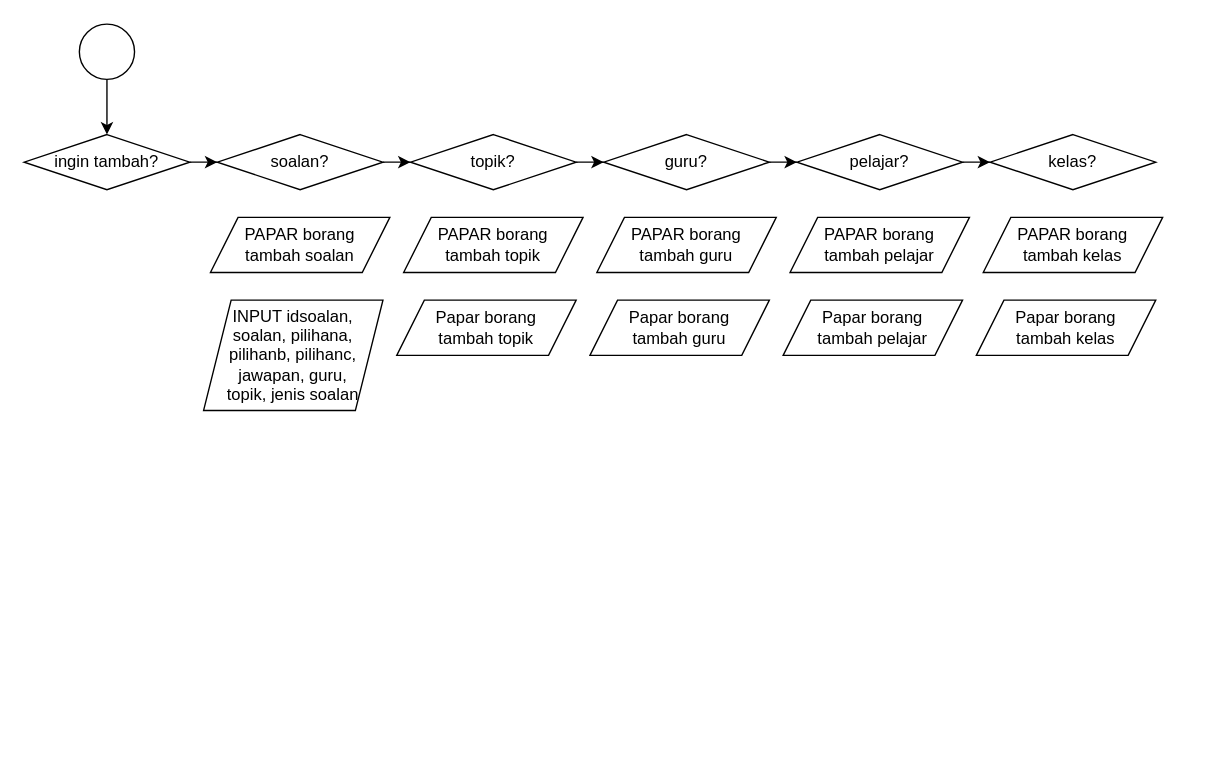
Earlier version of the draw.io diagram graphs/guru operations part 2.drawio (halouthere233/skkerjakursus2021private). Source tidied: cells renumbered, new cells numbered last; positions are measured from the earlier drawing's top-left corner, leaving out a move shared by most shapes. Both pictures are drawn from the tidied source at 138%, with x=0, y=0 at pixel (23, 23).
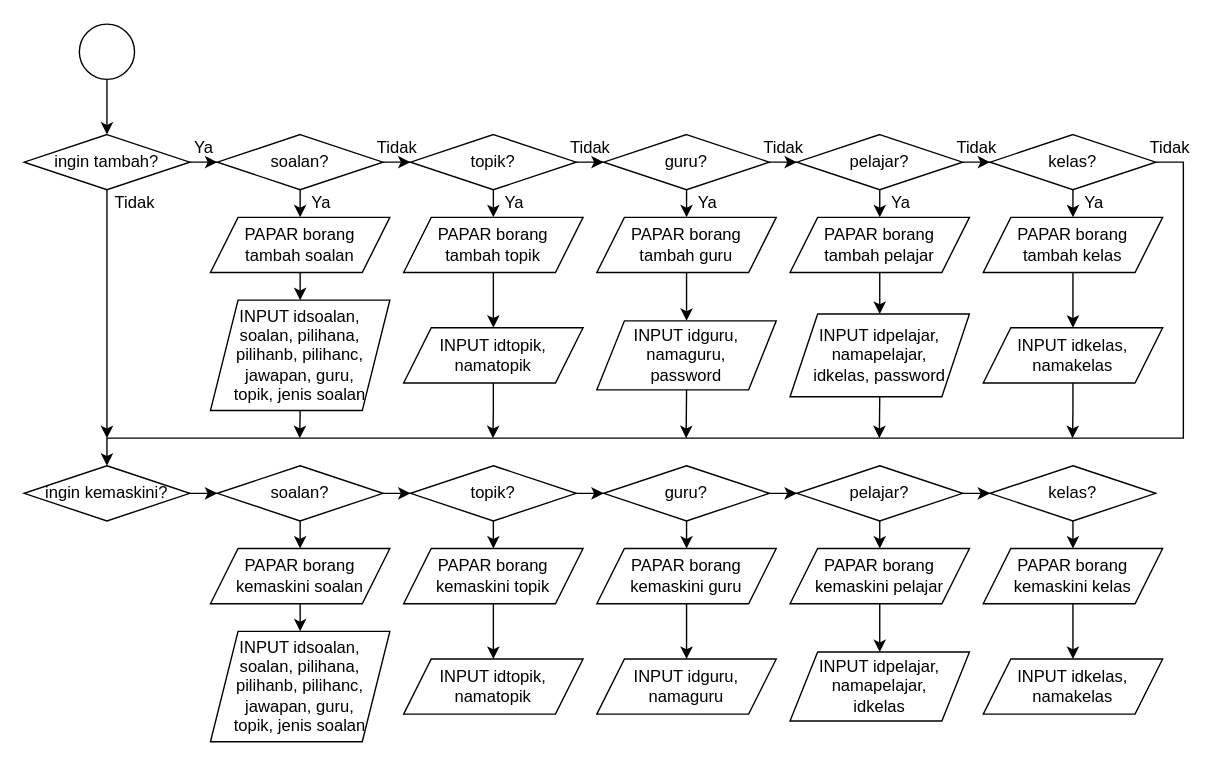
The same page after the edit.

The change refers to these unchanged cells:
```xml
<mxCell id="5" value="ingin tambah?" style="rhombus;whiteSpace=wrap;html=1;" parent="1" vertex="1">
  <mxGeometry y="80" width="120" height="40" as="geometry" />
</mxCell>
<mxCell id="7" value="soalan?" style="rhombus;whiteSpace=wrap;html=1;" parent="1" vertex="1">
  <mxGeometry x="140" y="80" width="120" height="40" as="geometry" />
</mxCell>
<mxCell id="9" value="topik?" style="rhombus;whiteSpace=wrap;html=1;" parent="1" vertex="1">
  <mxGeometry x="280" y="80" width="120" height="40" as="geometry" />
</mxCell>
<mxCell id="11" value="guru?" style="rhombus;whiteSpace=wrap;html=1;" parent="1" vertex="1">
  <mxGeometry x="420" y="80" width="120" height="40" as="geometry" />
</mxCell>
<mxCell id="13" value="pelajar?" style="rhombus;whiteSpace=wrap;html=1;" parent="1" vertex="1">
  <mxGeometry x="560" y="80" width="120" height="40" as="geometry" />
</mxCell>
<mxCell id="14" value="kelas?" style="rhombus;whiteSpace=wrap;html=1;" parent="1" vertex="1">
  <mxGeometry x="700" y="80" width="120" height="40" as="geometry" />
</mxCell>
<mxCell id="15" value="PAPAR borang&lt;br&gt;tambah soalan" style="shape=parallelogram;perimeter=parallelogramPerimeter;whiteSpace=wrap;html=1;fixedSize=1;" parent="1" vertex="1">
  <mxGeometry x="135" y="140" width="130" height="40" as="geometry" />
</mxCell>
<mxCell id="16" value="PAPAR&amp;nbsp;borang&lt;br&gt;tambah topik" style="shape=parallelogram;perimeter=parallelogramPerimeter;whiteSpace=wrap;html=1;fixedSize=1;" parent="1" vertex="1">
  <mxGeometry x="275" y="140" width="130" height="40" as="geometry" />
</mxCell>
<mxCell id="17" value="PAPAR&amp;nbsp;borang&lt;br&gt;tambah guru" style="shape=parallelogram;perimeter=parallelogramPerimeter;whiteSpace=wrap;html=1;fixedSize=1;" parent="1" vertex="1">
  <mxGeometry x="415" y="140" width="130" height="40" as="geometry" />
</mxCell>
<mxCell id="18" value="PAPAR&amp;nbsp;borang&lt;br&gt;tambah pelajar" style="shape=parallelogram;perimeter=parallelogramPerimeter;whiteSpace=wrap;html=1;fixedSize=1;" parent="1" vertex="1">
  <mxGeometry x="555" y="140" width="130" height="40" as="geometry" />
</mxCell>
<mxCell id="19" value="PAPAR&amp;nbsp;borang&lt;br&gt;tambah kelas" style="shape=parallelogram;perimeter=parallelogramPerimeter;whiteSpace=wrap;html=1;fixedSize=1;" parent="1" vertex="1">
  <mxGeometry x="695" y="140" width="130" height="40" as="geometry" />
</mxCell>
```

What changed in the source:
```diff
@@
+    <mxCell id="25" style="edgeStyle=orthogonalEdgeStyle;rounded=0;jettySize=auto;html=1;exitX=0.5;exitY=1;exitDx=0;exitDy=0;" parent="1" edge="1" source="5">
+      <mxGeometry relative="1" as="geometry">
+        <mxPoint x="60" y="300" as="targetPoint" />
+      </mxGeometry>
+    </mxCell>
@@
+    <mxCell id="26" style="edgeStyle=orthogonalEdgeStyle;rounded=0;jettySize=auto;html=1;exitX=0.5;exitY=1;exitDx=0;exitDy=0;entryX=0.5;entryY=0;entryDx=0;entryDy=0;" parent="1" edge="1" source="7" target="15">
+      <mxGeometry relative="1" as="geometry" />
+    </mxCell>
@@
+    <mxCell id="27" style="edgeStyle=orthogonalEdgeStyle;rounded=0;jettySize=auto;html=1;exitX=0.5;exitY=1;exitDx=0;exitDy=0;entryX=0.5;entryY=0;entryDx=0;entryDy=0;" parent="1" edge="1" source="9" target="16">
+      <mxGeometry relative="1" as="geometry" />
+    </mxCell>
@@
+    <mxCell id="28" style="edgeStyle=orthogonalEdgeStyle;rounded=0;jettySize=auto;html=1;exitX=0.5;exitY=1;exitDx=0;exitDy=0;entryX=0.5;entryY=0;entryDx=0;entryDy=0;" parent="1" edge="1" source="11" target="17">
+      <mxGeometry relative="1" as="geometry" />
+    </mxCell>
@@
+    <mxCell id="29" style="edgeStyle=orthogonalEdgeStyle;rounded=0;jettySize=auto;html=1;exitX=0.5;exitY=1;exitDx=0;exitDy=0;entryX=0.5;entryY=0;entryDx=0;entryDy=0;" parent="1" edge="1" source="13" target="18">
+      <mxGeometry relative="1" as="geometry" />
+    </mxCell>
@@
+    <mxCell id="30" style="edgeStyle=orthogonalEdgeStyle;rounded=0;jettySize=auto;html=1;exitX=0.5;exitY=1;exitDx=0;exitDy=0;entryX=0.5;entryY=0;entryDx=0;entryDy=0;" parent="1" edge="1" source="14" target="19">
+      <mxGeometry relative="1" as="geometry" />
+    </mxCell>
+    <mxCell id="31" style="edgeStyle=orthogonalEdgeStyle;rounded=0;jettySize=auto;html=1;exitX=1;exitY=0.5;exitDx=0;exitDy=0;entryX=0.5;entryY=0;entryDx=0;entryDy=0;" parent="1" edge="1" source="14" target="43">
+      <mxGeometry relative="1" as="geometry">
+        <Array as="points">
+          <mxPoint x="840" y="100" />
+          <mxPoint x="840" y="300" />
+          <mxPoint x="60" y="300" />
+        </Array>
+      </mxGeometry>
+    </mxCell>
@@
+    <mxCell id="32" style="edgeStyle=orthogonalEdgeStyle;rounded=0;jettySize=auto;html=1;exitX=0.5;exitY=1;exitDx=0;exitDy=0;entryX=0.5;entryY=0;entryDx=0;entryDy=0;" parent="1" edge="1" source="15" target="20">
+      <mxGeometry relative="1" as="geometry" />
+    </mxCell>
@@
+    <mxCell id="33" style="edgeStyle=orthogonalEdgeStyle;rounded=0;jettySize=auto;html=1;" parent="1" edge="1" source="16" target="21">
+      <mxGeometry relative="1" as="geometry" />
+    </mxCell>
@@
+    <mxCell id="34" style="edgeStyle=orthogonalEdgeStyle;rounded=0;jettySize=auto;html=1;" parent="1" edge="1" source="17" target="22">
+      <mxGeometry relative="1" as="geometry" />
+    </mxCell>
@@
+    <mxCell id="35" style="edgeStyle=orthogonalEdgeStyle;rounded=0;jettySize=auto;html=1;" parent="1" edge="1" source="18" target="23">
+      <mxGeometry relative="1" as="geometry" />
+    </mxCell>
@@
+    <mxCell id="36" style="edgeStyle=orthogonalEdgeStyle;rounded=0;jettySize=auto;html=1;" parent="1" edge="1" source="19" target="24">
+      <mxGeometry relative="1" as="geometry" />
+    </mxCell>
@@
+    <mxCell id="37" style="edgeStyle=orthogonalEdgeStyle;rounded=0;jettySize=auto;html=1;exitX=0.5;exitY=1;exitDx=0;exitDy=0;" parent="1" edge="1" source="20">
+      <mxGeometry relative="1" as="geometry">
+        <mxPoint x="199.7" y="300" as="targetPoint" />
+      </mxGeometry>
+    </mxCell>
     <mxCell id="20" value="INPUT idsoalan, soalan, pilihana, pilihanb, pilihanc, jawapan, guru,&lt;br&gt;topik, jenis soalan" style="shape=parallelogram;perimeter=parallelogramPerimeter;whiteSpace=wrap;html=1;fixedSize=1;" parent="1" vertex="1">
-      <mxGeometry x="130" y="200" width="130" height="80" as="geometry" />
+      <mxGeometry x="135" y="200" width="130" height="80" as="geometry" />
     </mxCell>
+    <mxCell id="38" style="edgeStyle=orthogonalEdgeStyle;rounded=0;jettySize=auto;html=1;exitX=0.5;exitY=1;exitDx=0;exitDy=0;" parent="1" edge="1" source="21">
+      <mxGeometry relative="1" as="geometry">
+        <mxPoint x="339.7" y="300" as="targetPoint" />
+      </mxGeometry>
+    </mxCell>
-    <mxCell id="21" value="Papar borang&lt;br&gt;tambah topik" style="shape=parallelogram;perimeter=parallelogramPerimeter;whiteSpace=wrap;html=1;fixedSize=1;" parent="1" vertex="1">
-      <mxGeometry x="270" y="200" width="130" height="40" as="geometry" />
+    <mxCell id="21" value="INPUT idtopik, namatopik" style="shape=parallelogram;perimeter=parallelogramPerimeter;whiteSpace=wrap;html=1;fixedSize=1;" parent="1" vertex="1">
+      <mxGeometry x="275" y="220" width="130" height="40" as="geometry" />
     </mxCell>
+    <mxCell id="39" style="edgeStyle=orthogonalEdgeStyle;rounded=0;jettySize=auto;html=1;exitX=0.5;exitY=1;exitDx=0;exitDy=0;" parent="1" edge="1" source="22">
+      <mxGeometry relative="1" as="geometry">
+        <mxPoint x="479.7" y="300" as="targetPoint" />
+      </mxGeometry>
+    </mxCell>
-    <mxCell id="22" value="Papar borang&lt;br&gt;tambah guru" style="shape=parallelogram;perimeter=parallelogramPerimeter;whiteSpace=wrap;html=1;fixedSize=1;" parent="1" vertex="1">
-      <mxGeometry x="410" y="200" width="130" height="40" as="geometry" />
+    <mxCell id="22" value="INPUT idguru, namaguru,&lt;br&gt;password" style="shape=parallelogram;perimeter=parallelogramPerimeter;whiteSpace=wrap;html=1;fixedSize=1;" parent="1" vertex="1">
+      <mxGeometry x="415" y="215" width="130" height="50" as="geometry" />
     </mxCell>
+    <mxCell id="40" style="edgeStyle=orthogonalEdgeStyle;rounded=0;jettySize=auto;html=1;exitX=0.5;exitY=1;exitDx=0;exitDy=0;" parent="1" edge="1" source="23">
+      <mxGeometry relative="1" as="geometry">
+        <mxPoint x="619.7" y="300" as="targetPoint" />
+      </mxGeometry>
+    </mxCell>
-    <mxCell id="23" value="Papar borang&lt;br&gt;tambah pelajar" style="shape=parallelogram;perimeter=parallelogramPerimeter;whiteSpace=wrap;html=1;fixedSize=1;" parent="1" vertex="1">
-      <mxGeometry x="550" y="200" width="130" height="40" as="geometry" />
+    <mxCell id="23" value="INPUT idpelajar, namapelajar,&lt;br&gt;idkelas, password" style="shape=parallelogram;perimeter=parallelogramPerimeter;whiteSpace=wrap;html=1;fixedSize=1;" parent="1" vertex="1">
+      <mxGeometry x="555" y="210" width="130" height="60" as="geometry" />
     </mxCell>
+    <mxCell id="41" style="edgeStyle=orthogonalEdgeStyle;rounded=0;jettySize=auto;html=1;exitX=0.5;exitY=1;exitDx=0;exitDy=0;" parent="1" edge="1" source="24">
+      <mxGeometry relative="1" as="geometry">
+        <mxPoint x="759.7" y="300" as="targetPoint" />
+      </mxGeometry>
+    </mxCell>
-    <mxCell id="24" value="Papar borang&lt;br&gt;tambah kelas" style="shape=parallelogram;perimeter=parallelogramPerimeter;whiteSpace=wrap;html=1;fixedSize=1;" parent="1" vertex="1">
-      <mxGeometry x="690" y="200" width="130" height="40" as="geometry" />
+    <mxCell id="24" value="INPUT idkelas,&lt;br&gt;namakelas" style="shape=parallelogram;perimeter=parallelogramPerimeter;whiteSpace=wrap;html=1;fixedSize=1;" parent="1" vertex="1">
+      <mxGeometry x="695" y="220" width="130" height="40" as="geometry" />
     </mxCell>
+    <mxCell id="42" style="edgeStyle=orthogonalEdgeStyle;rounded=0;jettySize=auto;html=1;" parent="1" edge="1" source="43" target="46">
+      <mxGeometry relative="1" as="geometry" />
+    </mxCell>
+    <mxCell id="43" value="ingin kemaskini?" style="rhombus;whiteSpace=wrap;html=1;" parent="1" vertex="1">
+      <mxGeometry y="320" width="120" height="40" as="geometry" />
+    </mxCell>
+    <mxCell id="44" style="edgeStyle=orthogonalEdgeStyle;rounded=0;jettySize=auto;html=1;" parent="1" edge="1" source="46" target="49">
+      <mxGeometry relative="1" as="geometry" />
+    </mxCell>
+    <mxCell id="45" style="edgeStyle=orthogonalEdgeStyle;rounded=0;jettySize=auto;html=1;exitX=0.5;exitY=1;exitDx=0;exitDy=0;entryX=0.5;entryY=0;entryDx=0;entryDy=0;" parent="1" edge="1" source="46" target="59">
+      <mxGeometry relative="1" as="geometry" />
+    </mxCell>
+    <mxCell id="46" value="soalan?" style="rhombus;whiteSpace=wrap;html=1;" parent="1" vertex="1">
+      <mxGeometry x="140" y="320" width="120" height="40" as="geometry" />
+    </mxCell>
+    <mxCell id="47" style="edgeStyle=orthogonalEdgeStyle;rounded=0;jettySize=auto;html=1;" parent="1" edge="1" source="49" target="52">
+      <mxGeometry relative="1" as="geometry" />
+    </mxCell>
+    <mxCell id="48" style="edgeStyle=orthogonalEdgeStyle;rounded=0;jettySize=auto;html=1;exitX=0.5;exitY=1;exitDx=0;exitDy=0;entryX=0.5;entryY=0;entryDx=0;entryDy=0;" parent="1" edge="1" source="49" target="61">
+      <mxGeometry relative="1" as="geometry" />
+    </mxCell>
+    <mxCell id="49" value="topik?" style="rhombus;whiteSpace=wrap;html=1;" parent="1" vertex="1">
+      <mxGeometry x="280" y="320" width="120" height="40" as="geometry" />
+    </mxCell>
+    <mxCell id="50" style="edgeStyle=orthogonalEdgeStyle;rounded=0;jettySize=auto;html=1;" parent="1" edge="1" source="52" target="55">
+      <mxGeometry relative="1" as="geometry" />
+    </mxCell>
+    <mxCell id="51" style="edgeStyle=orthogonalEdgeStyle;rounded=0;jettySize=auto;html=1;exitX=0.5;exitY=1;exitDx=0;exitDy=0;entryX=0.5;entryY=0;entryDx=0;entryDy=0;" parent="1" edge="1" source="52" target="63">
+      <mxGeometry relative="1" as="geometry" />
+    </mxCell>
+    <mxCell id="52" value="guru?" style="rhombus;whiteSpace=wrap;html=1;" parent="1" vertex="1">
+      <mxGeometry x="420" y="320" width="120" height="40" as="geometry" />
+    </mxCell>
+    <mxCell id="53" style="edgeStyle=orthogonalEdgeStyle;rounded=0;jettySize=auto;html=1;" parent="1" edge="1" source="55" target="57">
+      <mxGeometry relative="1" as="geometry" />
+    </mxCell>
+    <mxCell id="54" style="edgeStyle=orthogonalEdgeStyle;rounded=0;jettySize=auto;html=1;exitX=0.5;exitY=1;exitDx=0;exitDy=0;entryX=0.5;entryY=0;entryDx=0;entryDy=0;" parent="1" edge="1" source="55" target="65">
+      <mxGeometry relative="1" as="geometry" />
+    </mxCell>
+    <mxCell id="55" value="pelajar?" style="rhombus;whiteSpace=wrap;html=1;" parent="1" vertex="1">
+      <mxGeometry x="560" y="320" width="120" height="40" as="geometry" />
+    </mxCell>
+    <mxCell id="56" style="edgeStyle=orthogonalEdgeStyle;rounded=0;jettySize=auto;html=1;exitX=0.5;exitY=1;exitDx=0;exitDy=0;entryX=0.5;entryY=0;entryDx=0;entryDy=0;" parent="1" edge="1" source="57" target="67">
+      <mxGeometry relative="1" as="geometry" />
+    </mxCell>
+    <mxCell id="57" value="kelas?" style="rhombus;whiteSpace=wrap;html=1;" parent="1" vertex="1">
+      <mxGeometry x="700" y="320" width="120" height="40" as="geometry" />
+    </mxCell>
+    <mxCell id="58" style="edgeStyle=orthogonalEdgeStyle;rounded=0;jettySize=auto;html=1;exitX=0.5;exitY=1;exitDx=0;exitDy=0;entryX=0.5;entryY=0;entryDx=0;entryDy=0;" parent="1" edge="1" source="59" target="68">
+      <mxGeometry relative="1" as="geometry" />
+    </mxCell>
+    <mxCell id="59" value="PAPAR borang kemaskini soalan" style="shape=parallelogram;perimeter=parallelogramPerimeter;whiteSpace=wrap;html=1;fixedSize=1;" parent="1" vertex="1">
+      <mxGeometry x="135" y="380" width="130" height="40" as="geometry" />
+    </mxCell>
+    <mxCell id="60" style="edgeStyle=orthogonalEdgeStyle;rounded=0;jettySize=auto;html=1;" parent="1" edge="1" source="61" target="69">
+      <mxGeometry relative="1" as="geometry" />
+    </mxCell>
+    <mxCell id="61" value="PAPAR borang kemaskini topik" style="shape=parallelogram;perimeter=parallelogramPerimeter;whiteSpace=wrap;html=1;fixedSize=1;" parent="1" vertex="1">
+      <mxGeometry x="275" y="380" width="130" height="40" as="geometry" />
+    </mxCell>
+    <mxCell id="62" style="edgeStyle=orthogonalEdgeStyle;rounded=0;jettySize=auto;html=1;" parent="1" edge="1" source="63" target="70">
+      <mxGeometry relative="1" as="geometry" />
+    </mxCell>
+    <mxCell id="63" value="PAPAR borang kemaskini guru" style="shape=parallelogram;perimeter=parallelogramPerimeter;whiteSpace=wrap;html=1;fixedSize=1;" parent="1" vertex="1">
+      <mxGeometry x="415" y="380" width="130" height="40" as="geometry" />
+    </mxCell>
+    <mxCell id="64" style="edgeStyle=orthogonalEdgeStyle;rounded=0;jettySize=auto;html=1;" parent="1" edge="1" source="65" target="71">
+      <mxGeometry relative="1" as="geometry" />
+    </mxCell>
+    <mxCell id="65" value="PAPAR borang kemaskini pelajar" style="shape=parallelogram;perimeter=parallelogramPerimeter;whiteSpace=wrap;html=1;fixedSize=1;" parent="1" vertex="1">
+      <mxGeometry x="555" y="380" width="130" height="40" as="geometry" />
+    </mxCell>
+    <mxCell id="66" style="edgeStyle=orthogonalEdgeStyle;rounded=0;jettySize=auto;html=1;" parent="1" edge="1" source="67" target="72">
+      <mxGeometry relative="1" as="geometry" />
+    </mxCell>
+    <mxCell id="67" value="PAPAR borang kemaskini kelas" style="shape=parallelogram;perimeter=parallelogramPerimeter;whiteSpace=wrap;html=1;fixedSize=1;" parent="1" vertex="1">
+      <mxGeometry x="695" y="380" width="130" height="40" as="geometry" />
+    </mxCell>
+    <mxCell id="68" value="INPUT idsoalan, soalan, pilihana, pilihanb, pilihanc, jawapan, guru,&lt;br&gt;topik, jenis soalan" style="shape=parallelogram;perimeter=parallelogramPerimeter;whiteSpace=wrap;html=1;fixedSize=1;" parent="1" vertex="1">
+      <mxGeometry x="135" y="440" width="130" height="80" as="geometry" />
+    </mxCell>
+    <mxCell id="69" value="INPUT idtopik, namatopik" style="shape=parallelogram;perimeter=parallelogramPerimeter;whiteSpace=wrap;html=1;fixedSize=1;" parent="1" vertex="1">
+      <mxGeometry x="275" y="460" width="130" height="40" as="geometry" />
+    </mxCell>
+    <mxCell id="70" value="INPUT idguru, namaguru" style="shape=parallelogram;perimeter=parallelogramPerimeter;whiteSpace=wrap;html=1;fixedSize=1;" parent="1" vertex="1">
+      <mxGeometry x="415" y="460" width="130" height="40" as="geometry" />
+    </mxCell>
+    <mxCell id="71" value="INPUT idpelajar, namapelajar,&lt;br&gt;idkelas" style="shape=parallelogram;perimeter=parallelogramPerimeter;whiteSpace=wrap;html=1;fixedSize=1;" parent="1" vertex="1">
+      <mxGeometry x="555" y="455" width="130" height="50" as="geometry" />
+    </mxCell>
+    <mxCell id="72" value="INPUT idkelas,&lt;br&gt;namakelas" style="shape=parallelogram;perimeter=parallelogramPerimeter;whiteSpace=wrap;html=1;fixedSize=1;" parent="1" vertex="1">
+      <mxGeometry x="695" y="460" width="130" height="40" as="geometry" />
+    </mxCell>
+    <mxCell id="73" value="Ya" style="text;html=1;align=center;verticalAlign=middle;strokeColor=none;fillColor=none;" parent="1" vertex="1">
+      <mxGeometry x="115" y="80" width="30" height="20" as="geometry" />
+    </mxCell>
+    <mxCell id="74" value="Ya" style="text;html=1;align=center;verticalAlign=middle;strokeColor=none;fillColor=none;" parent="1" vertex="1">
+      <mxGeometry x="200" y="120" width="30" height="20" as="geometry" />
+    </mxCell>
+    <mxCell id="75" value="Ya" style="text;html=1;align=center;verticalAlign=middle;strokeColor=none;fillColor=none;" parent="1" vertex="1">
+      <mxGeometry x="340" y="120" width="30" height="20" as="geometry" />
+    </mxCell>
+    <mxCell id="76" value="Ya" style="text;html=1;align=center;verticalAlign=middle;strokeColor=none;fillColor=none;" parent="1" vertex="1">
+      <mxGeometry x="620" y="120" width="30" height="20" as="geometry" />
+    </mxCell>
+    <mxCell id="77" value="Ya" style="text;html=1;align=center;verticalAlign=middle;strokeColor=none;fillColor=none;" parent="1" vertex="1">
+      <mxGeometry x="480" y="120" width="30" height="20" as="geometry" />
+    </mxCell>
+    <mxCell id="78" value="Ya" style="text;html=1;align=center;verticalAlign=middle;strokeColor=none;fillColor=none;" parent="1" vertex="1">
+      <mxGeometry x="760" y="120" width="30" height="20" as="geometry" />
+    </mxCell>
+    <mxCell id="79" value="Tidak" style="text;html=1;align=center;verticalAlign=middle;strokeColor=none;fillColor=none;" parent="1" vertex="1">
+      <mxGeometry x="250" y="80" width="40" height="20" as="geometry" />
+    </mxCell>
+    <mxCell id="80" value="Tidak" style="text;html=1;align=center;verticalAlign=middle;strokeColor=none;fillColor=none;" parent="1" vertex="1">
+      <mxGeometry x="390" y="80" width="40" height="20" as="geometry" />
+    </mxCell>
+    <mxCell id="81" value="Tidak" style="text;html=1;align=center;verticalAlign=middle;strokeColor=none;fillColor=none;" parent="1" vertex="1">
+      <mxGeometry x="670" y="80" width="40" height="20" as="geometry" />
+    </mxCell>
+    <mxCell id="82" value="Tidak" style="text;html=1;align=center;verticalAlign=middle;strokeColor=none;fillColor=none;" parent="1" vertex="1">
+      <mxGeometry x="530" y="80" width="40" height="20" as="geometry" />
+    </mxCell>
+    <mxCell id="83" value="Tidak" style="text;html=1;align=center;verticalAlign=middle;strokeColor=none;fillColor=none;" parent="1" vertex="1">
+      <mxGeometry x="810" y="80" width="40" height="20" as="geometry" />
+    </mxCell>
+    <mxCell id="84" value="Tidak" style="text;html=1;align=center;verticalAlign=middle;strokeColor=none;fillColor=none;" parent="1" vertex="1">
+      <mxGeometry x="60" y="120" width="40" height="20" as="geometry" />
+    </mxCell>
```
